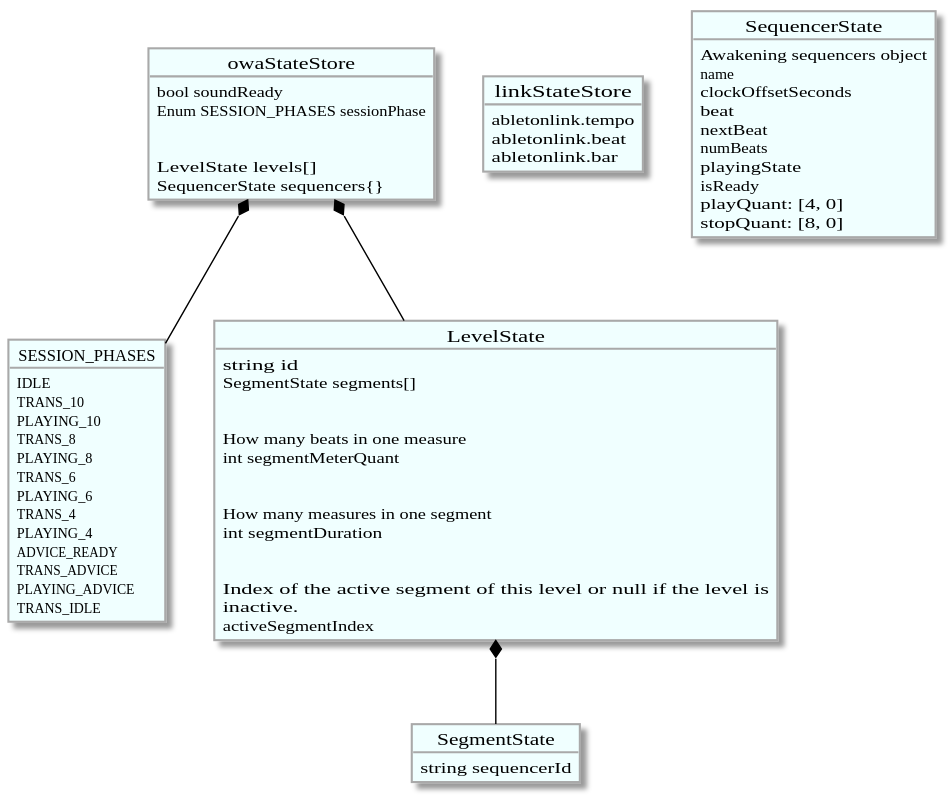
This is docs/data_model.svg from awakeningio/owa, a PlantUML export, as it was before one commit.
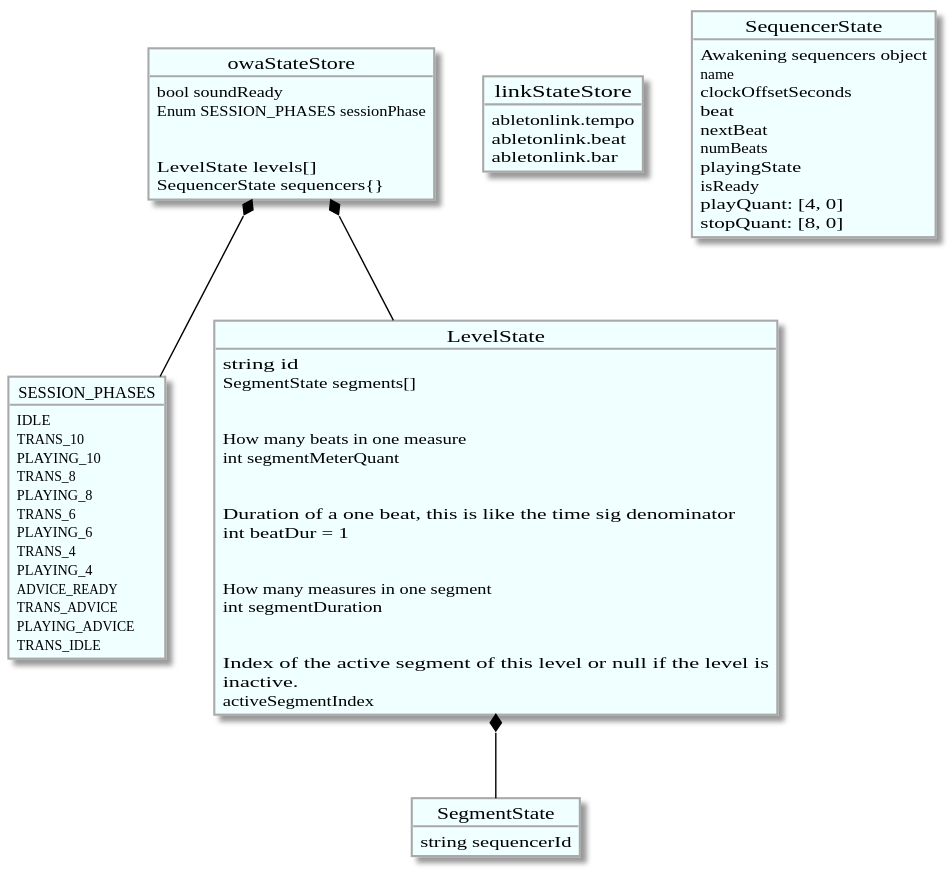
After the commit.

Change to the diagram source:
```diff
@@ -73,6 +73,9 @@
   How many beats in one measure
   int segmentMeterQuant
   \n
+  Duration of a one beat, this is like the time sig denominator
+  int beatDur = 1
+  \n
   How many measures in one segment
   int segmentDuration
   \n
```
